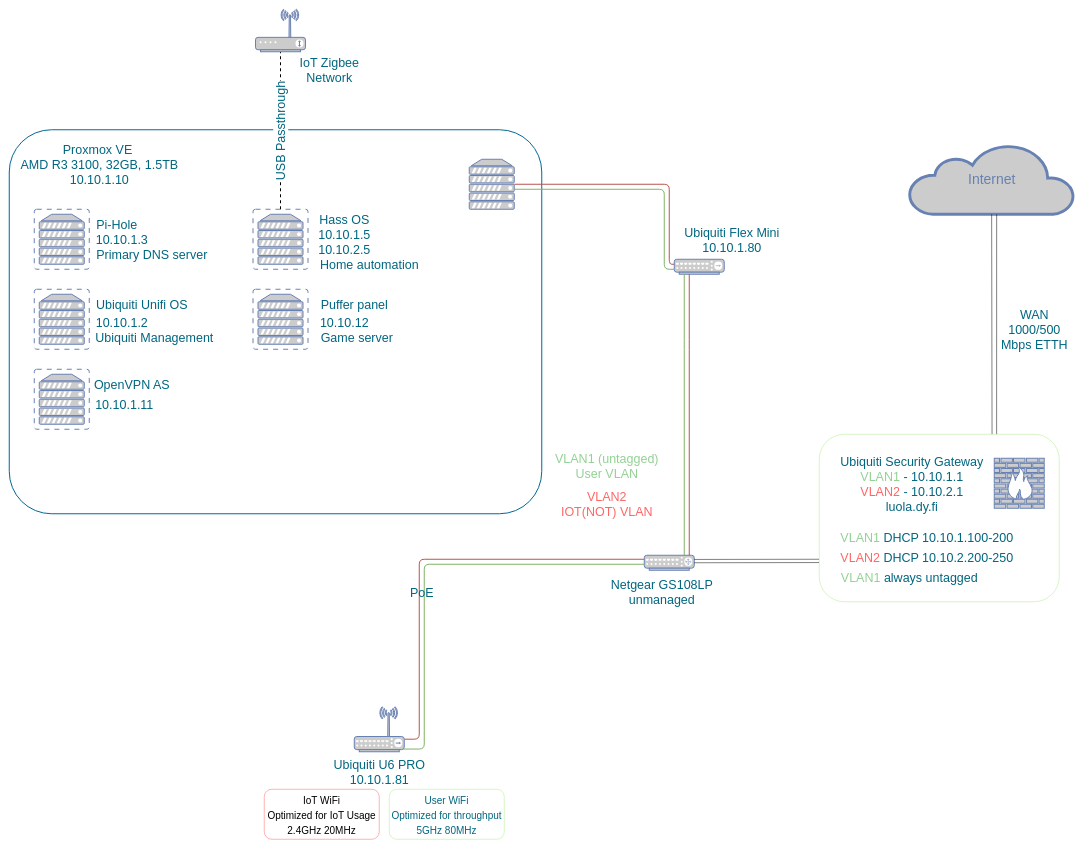
Earlier version of the draw.io diagram Drawio/network.drawio (Vili-B/HomeLab). Source tidied: cells renumbered, new cells numbered last; positions are measured from the earlier drawing's top-left corner, leaving out a move shared by most shapes. Both pictures are drawn from the tidied source at 50%, with x=0, y=0 at pixel (9, 9).
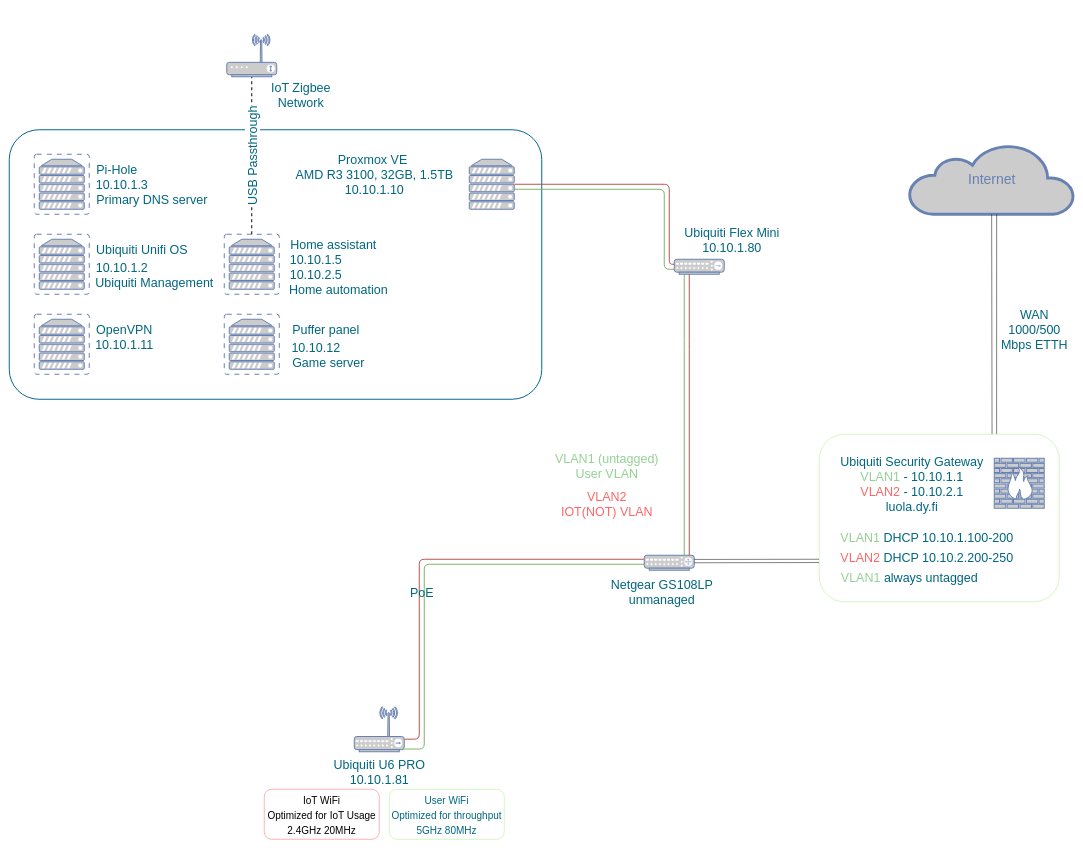
Above is the later version.

Change to the diagram source:
```diff
@@
     <mxCell id="2" style="rounded=1;whiteSpace=wrap;html=1;shadow=0;comic=0;strokeColor=#036897;strokeWidth=2;fillColor=none;fontFamily=Verdana;fontSize=28;fontColor=#6881B3;align=center;arcSize=11;verticalAlign=top;" parent="1" vertex="1">
-      <mxGeometry y="241" width="1065" height="768" as="geometry" />
+      <mxGeometry y="241" width="1065" height="539" as="geometry" />
     </mxCell>
@@
     <mxCell id="9" value="Proxmox VE&amp;nbsp;&lt;br&gt;AMD R3 3100, 32GB, 1.5TB&lt;br&gt;10.10.1.10" style="text;html=1;align=center;verticalAlign=middle;strokeColor=none;fillColor=none;fontSize=25;fontColor=#006680;" parent="1" vertex="1">
-      <mxGeometry x="10" y="260" width="340" height="100" as="geometry" />
+      <mxGeometry x="560" y="280" width="340" height="100" as="geometry" />
     </mxCell>
@@
     <mxCell id="33" style="fontColor=#0066CC;verticalAlign=top;verticalLabelPosition=bottom;labelPosition=center;align=center;html=1;fillColor=#CCCCCC;strokeColor=#6881B3;gradientColor=none;gradientDirection=north;strokeWidth=2;shape=mxgraph.networks.virtual_server;fontSize=20;" parent="1" vertex="1">
-      <mxGeometry x="50" y="400" width="110" height="120" as="geometry" />
+      <mxGeometry x="50" y="290" width="110" height="120" as="geometry" />
     </mxCell>
     <mxCell id="34" value="&lt;font style=&quot;font-size: 25px;&quot;&gt;Pi-Hole&lt;/font&gt;" style="text;html=1;align=center;verticalAlign=middle;strokeColor=none;fillColor=none;fontSize=20;fontColor=#006680;" parent="1" vertex="1">
-      <mxGeometry x="160" y="410" width="110" height="40" as="geometry" />
+      <mxGeometry x="160" y="300" width="110" height="40" as="geometry" />
     </mxCell>
     <mxCell id="35" value="10.10.1.3" style="text;html=1;align=center;verticalAlign=middle;strokeColor=none;fillColor=none;fontSize=25;fontColor=#006680;" parent="1" vertex="1">
-      <mxGeometry x="160" y="440" width="130" height="40" as="geometry" />
+      <mxGeometry x="160" y="330" width="130" height="40" as="geometry" />
     </mxCell>
     <mxCell id="36" style="fontColor=#0066CC;verticalAlign=top;verticalLabelPosition=bottom;labelPosition=center;align=center;html=1;fillColor=#CCCCCC;strokeColor=#6881B3;gradientColor=none;gradientDirection=north;strokeWidth=2;shape=mxgraph.networks.virtual_server;fontSize=25;" parent="1" vertex="1">
-      <mxGeometry x="50" y="560" width="110" height="120" as="geometry" />
+      <mxGeometry x="50" y="450" width="110" height="120" as="geometry" />
     </mxCell>
     <mxCell id="37" style="fontColor=#0066CC;verticalAlign=top;verticalLabelPosition=bottom;labelPosition=center;align=center;html=1;fillColor=#CCCCCC;strokeColor=#6881B3;gradientColor=none;gradientDirection=north;strokeWidth=2;shape=mxgraph.networks.virtual_server;fontSize=25;" parent="1" vertex="1">
-      <mxGeometry x="50" y="720" width="110" height="120" as="geometry" />
+      <mxGeometry x="50" y="610" width="110" height="120" as="geometry" />
     </mxCell>
     <mxCell id="38" style="fontColor=#0066CC;verticalAlign=top;verticalLabelPosition=bottom;labelPosition=center;align=center;html=1;outlineConnect=0;fillColor=#CCCCCC;strokeColor=#6881B3;gradientColor=none;gradientDirection=north;strokeWidth=2;shape=mxgraph.networks.virtual_server;fontSize=20;" parent="1" vertex="1">
-      <mxGeometry x="487.5" y="400" width="110" height="120" as="geometry" />
+      <mxGeometry x="430" y="450" width="110" height="120" as="geometry" />
     </mxCell>
     <mxCell id="39" style="fontColor=#0066CC;verticalAlign=top;verticalLabelPosition=bottom;labelPosition=center;align=center;html=1;fillColor=#CCCCCC;strokeColor=#6881B3;gradientColor=none;gradientDirection=north;strokeWidth=2;shape=mxgraph.networks.virtual_server;fontSize=25;" parent="1" vertex="1">
-      <mxGeometry x="487.5" y="560" width="110" height="120" as="geometry" />
+      <mxGeometry x="430" y="610" width="110" height="120" as="geometry" />
     </mxCell>
     <mxCell id="40" value="Ubiquiti Unifi OS" style="text;html=1;align=center;verticalAlign=middle;strokeColor=none;fillColor=none;fontSize=25;fontColor=#006680;" parent="1" vertex="1">
-      <mxGeometry x="160" y="570" width="210" height="40" as="geometry" />
+      <mxGeometry x="160" y="460" width="210" height="40" as="geometry" />
     </mxCell>
     <mxCell id="41" value="10.10.1.2" style="text;html=1;align=center;verticalAlign=middle;strokeColor=none;fillColor=none;fontSize=25;fontColor=#006680;" parent="1" vertex="1">
-      <mxGeometry x="160" y="605" width="130" height="40" as="geometry" />
+      <mxGeometry x="160" y="495" width="130" height="40" as="geometry" />
     </mxCell>
-    <mxCell id="42" value="OpenVPN AS" style="text;html=1;align=center;verticalAlign=middle;strokeColor=none;fillColor=none;fontSize=25;fontColor=#006680;" parent="1" vertex="1">
-      <mxGeometry x="160" y="730" width="170" height="40" as="geometry" />
+    <mxCell id="42" value="OpenVPN" style="text;html=1;align=center;verticalAlign=middle;strokeColor=none;fillColor=none;fontSize=25;fontColor=#006680;" parent="1" vertex="1">
+      <mxGeometry x="160" y="620" width="140" height="40" as="geometry" />
     </mxCell>
     <mxCell id="43" value="10.10.1.11" style="text;html=1;align=center;verticalAlign=middle;strokeColor=none;fillColor=none;fontSize=25;fontColor=#006680;" parent="1" vertex="1">
-      <mxGeometry x="160" y="770" width="140" height="40" as="geometry" />
+      <mxGeometry x="160" y="650" width="140" height="40" as="geometry" />
     </mxCell>
     <mxCell id="44" value="Puffer panel" style="text;html=1;align=center;verticalAlign=middle;strokeColor=none;fillColor=none;fontSize=25;fontColor=#006680;" parent="1" vertex="1">
-      <mxGeometry x="610" y="570" width="160" height="40" as="geometry" />
+      <mxGeometry x="552.5" y="620" width="160" height="40" as="geometry" />
     </mxCell>
     <mxCell id="45" value="10.10.12" style="text;html=1;align=center;verticalAlign=middle;strokeColor=none;fillColor=none;fontSize=25;fontColor=#006680;" parent="1" vertex="1">
-      <mxGeometry x="610" y="605" width="120" height="40" as="geometry" />
+      <mxGeometry x="552.5" y="655" width="120" height="40" as="geometry" />
     </mxCell>
-    <mxCell id="46" value="Hass OS" style="text;html=1;align=center;verticalAlign=middle;strokeColor=none;fillColor=none;fontSize=25;fontColor=#006680;" parent="1" vertex="1">
-      <mxGeometry x="610" y="400" width="120" height="40" as="geometry" />
+    <mxCell id="46" value="Home assistant" style="text;html=1;align=center;verticalAlign=middle;strokeColor=none;fillColor=none;fontSize=25;fontColor=#006680;" parent="1" vertex="1">
+      <mxGeometry x="547.5" y="450" width="200" height="40" as="geometry" />
     </mxCell>
     <mxCell id="47" value="10.10.1.5&lt;br&gt;10.10.2.5" style="text;html=1;align=center;verticalAlign=middle;strokeColor=none;fillColor=none;fontSize=25;fontColor=#006680;" parent="1" vertex="1">
-      <mxGeometry x="605" y="430" width="130" height="70" as="geometry" />
+      <mxGeometry x="547.5" y="480" width="130" height="70" as="geometry" />
     </mxCell>
     <mxCell id="48" value="Primary DNS server" style="text;html=1;align=center;verticalAlign=middle;strokeColor=none;fillColor=none;fontSize=25;fontColor=#006680;" parent="1" vertex="1">
-      <mxGeometry x="160" y="470" width="250" height="40" as="geometry" />
+      <mxGeometry x="160" y="360" width="250" height="40" as="geometry" />
     </mxCell>
@@
     <mxCell id="51" value="IoT Zigbee&lt;br&gt;Network" style="text;html=1;align=center;verticalAlign=middle;strokeColor=none;fillColor=none;fontSize=25;fontColor=#006680;" parent="1" vertex="1">
-      <mxGeometry x="570" y="85" width="140" height="70" as="geometry" />
+      <mxGeometry x="512.5" y="135" width="140" height="70" as="geometry" />
     </mxCell>
     <mxCell id="52" style="fontColor=#0066CC;verticalAlign=top;verticalLabelPosition=bottom;labelPosition=center;align=center;html=1;outlineConnect=0;fillColor=#CCCCCC;strokeColor=#6881B3;gradientColor=none;gradientDirection=north;strokeWidth=2;shape=mxgraph.networks.wireless_modem;fontSize=25;" parent="1" vertex="1">
-      <mxGeometry x="492.5" width="100" height="85" as="geometry" />
+      <mxGeometry x="435" y="50" width="100" height="85" as="geometry" />
     </mxCell>
     <mxCell id="53" value="Ubiquiti Management" style="text;html=1;align=center;verticalAlign=middle;strokeColor=none;fillColor=none;fontSize=25;fontColor=#006680;" parent="1" vertex="1">
-      <mxGeometry x="160" y="635" width="260" height="40" as="geometry" />
+      <mxGeometry x="160" y="525" width="260" height="40" as="geometry" />
     </mxCell>
     <mxCell id="54" value="Home automation" style="text;html=1;align=center;verticalAlign=middle;strokeColor=none;fillColor=none;fontSize=25;fontColor=#006680;" parent="1" vertex="1">
-      <mxGeometry x="610" y="490" width="220" height="40" as="geometry" />
+      <mxGeometry x="547.5" y="540" width="220" height="40" as="geometry" />
     </mxCell>
     <mxCell id="55" value="Game server" style="text;html=1;align=center;verticalAlign=middle;strokeColor=none;fillColor=none;fontSize=25;fontColor=#006680;" parent="1" vertex="1">
-      <mxGeometry x="610" y="635" width="170" height="40" as="geometry" />
+      <mxGeometry x="552.5" y="685" width="170" height="40" as="geometry" />
     </mxCell>
```
